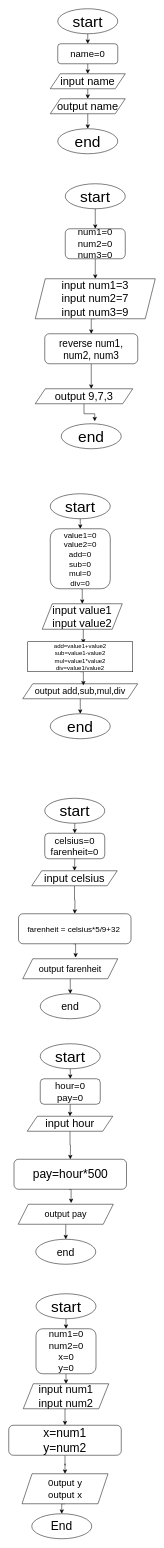
Above: css/Untitled Diagram.drawio in Anju-coder/mod3_solution (draw.io), before the change. Source tidied: cells renumbered, new cells numbered last; positions are measured from the earlier drawing's top-left corner, leaving out a move shared by most shapes. Both pictures are drawn from the tidied source at 50%, with x=0, y=0 at pixel (8, 8).
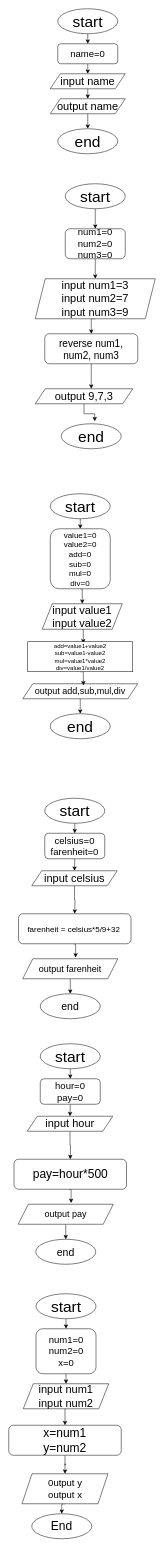
After the change.

Diff of the diagram source:
```diff
@@
-    <mxCell id="56" value="&lt;font style=&quot;font-size: 19px&quot;&gt;num1=0&lt;br&gt;num2=0&lt;br&gt;x=0&lt;br&gt;y=0&lt;br&gt;&lt;/font&gt;" style="rounded=1;whiteSpace=wrap;html=1;fontSize=12;glass=0;strokeWidth=1;shadow=0;" parent="1" vertex="1">
+    <mxCell id="56" value="&lt;font style=&quot;font-size: 19px&quot;&gt;num1=0&lt;br&gt;num2=0&lt;br&gt;x=0&lt;br&gt;&lt;/font&gt;" style="rounded=1;whiteSpace=wrap;html=1;fontSize=12;glass=0;strokeWidth=1;shadow=0;" parent="1" vertex="1">
       <mxGeometry x="54.5" y="2640" width="120" height="90" as="geometry" />
     </mxCell>
```
